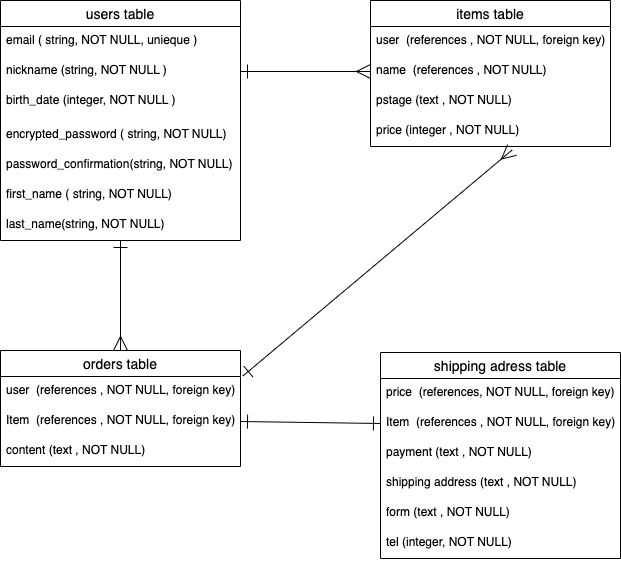
Earlier version of the draw.io export app/views/orders/furima.ER..drawio.png (Jyoumama/furima-40508). Source tidied: cells renumbered, new cells last; positions are measured from the earlier drawing's top-left corner, leaving out a move shared by most shapes.
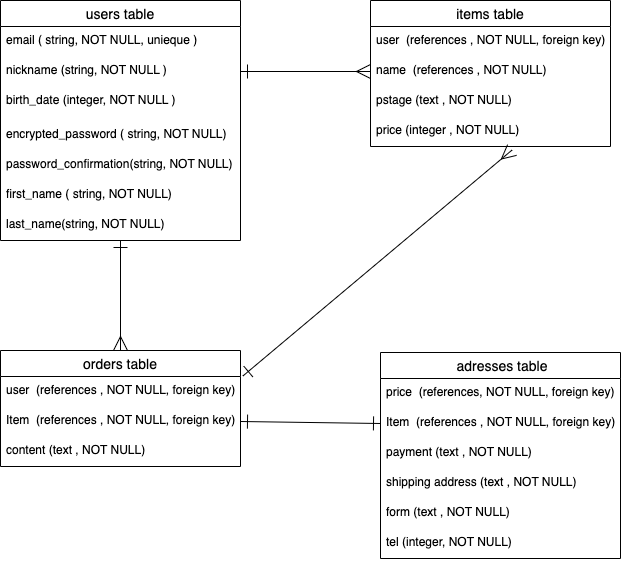
After the change.

Commit message:
ER図の再修正

The edit, as a diff of the source:
```diff
@@ -61,7 +61,7 @@
     <mxCell id="20" style="edgeStyle=none;jumpSize=10;html=1;startArrow=ERone;startFill=0;endArrow=ERmany;endFill=0;startSize=12;endSize=12;entryX=0.59;entryY=1.117;entryDx=0;entryDy=0;entryPerimeter=0;exitX=1.01;exitY=-0.017;exitDx=0;exitDy=0;exitPerimeter=0;" parent="1" edge="1" source="17" target="14">
       <mxGeometry relative="1" as="geometry" />
     </mxCell>
-    <mxCell id="21" value="shipping adress table" style="swimlane;fontStyle=0;horizontal=1;startSize=26;align=center;fontSize=14;" parent="1" vertex="1">
+    <mxCell id="21" value=" adresses table" style="swimlane;fontStyle=0;horizontal=1;startSize=26;align=center;fontSize=14;" parent="1" vertex="1">
       <mxGeometry x="380" y="352" width="240" height="206" as="geometry" />
     </mxCell>
     <mxCell id="22" value="price  (references, NOT NULL, foreign key)" style="text;strokeColor=none;fillColor=none;spacingLeft=4;spacingRight=4;overflow=hidden;fontSize=12;" parent="21" vertex="1">
```
